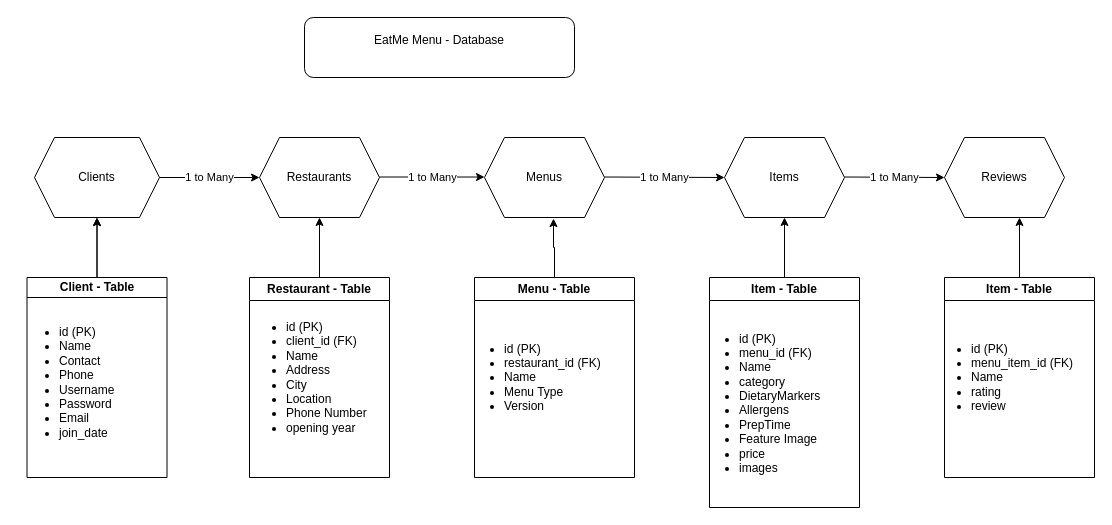
The draw.io diagram page "Database" (1 of 2) of MenuApp.drawio in hamidzact/Story, before the edit. Source tidied: cells renumbered, new cells numbered last; positions are measured from the earlier drawing's top-left corner, leaving out a move shared by most shapes. Both pictures are drawn from the tidied source at 100%, with x=0, y=0 at pixel (16, 17).
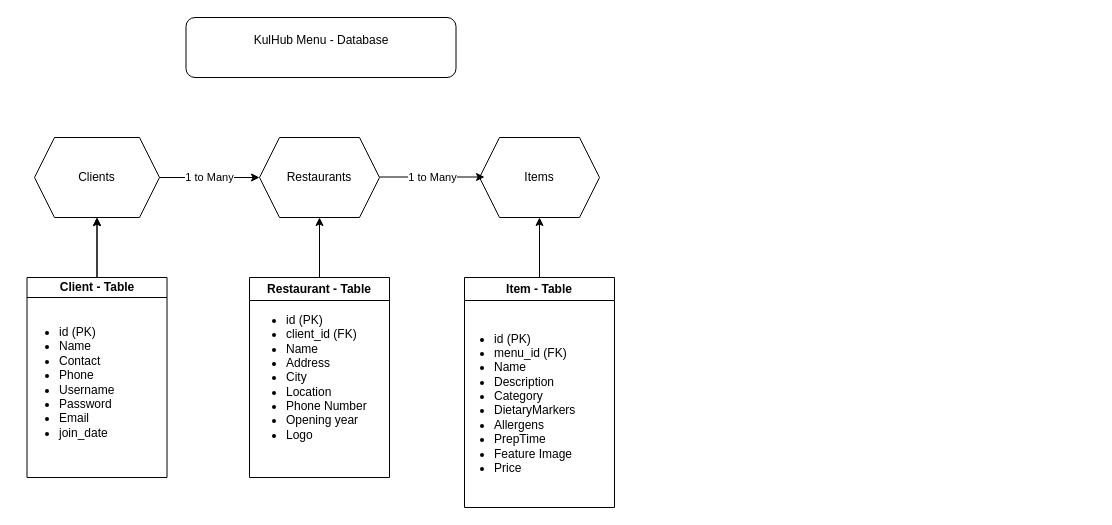
The same page after the edit.

Unchanged cells that the change refers to:
```xml
<mxCell id="14" value="Restaurant - Table" style="swimlane;whiteSpace=wrap;html=1;" parent="1" vertex="1">
  <mxGeometry x="233" y="260" width="140" height="200" as="geometry" />
</mxCell>
```

Diff of the diagram source:
```diff
@@
-    <mxCell id="2" value="EatMe Menu -&amp;nbsp;&lt;span style=&quot;background-color: initial;&quot;&gt;Database&lt;/span&gt;&lt;div&gt;&lt;div&gt;&lt;br&gt;&lt;/div&gt;&lt;/div&gt;" style="rounded=1;whiteSpace=wrap;html=1;" parent="1" vertex="1">
-      <mxGeometry x="288" width="270" height="60" as="geometry" />
+    <mxCell id="2" value="KulHub Menu -&amp;nbsp;&lt;span style=&quot;background-color: initial;&quot;&gt;Database&lt;/span&gt;&lt;div&gt;&lt;div&gt;&lt;br&gt;&lt;/div&gt;&lt;/div&gt;" style="rounded=1;whiteSpace=wrap;html=1;" parent="1" vertex="1">
+      <mxGeometry x="169.5" width="270" height="60" as="geometry" />
     </mxCell>
@@
-    <mxCell id="5" value="Menus" style="shape=hexagon;perimeter=hexagonPerimeter2;whiteSpace=wrap;html=1;fixedSize=1;" parent="1" vertex="1">
-      <mxGeometry x="468" y="120" width="120" height="80" as="geometry" />
-    </mxCell>
     <mxCell id="6" value="Items" style="shape=hexagon;perimeter=hexagonPerimeter2;whiteSpace=wrap;html=1;fixedSize=1;" parent="1" vertex="1">
-      <mxGeometry x="708" y="120" width="120" height="80" as="geometry" />
+      <mxGeometry x="463" y="120" width="120" height="80" as="geometry" />
     </mxCell>
@@
-    <mxCell id="8" value="1 to Many" style="endArrow=classic;html=1;rounded=0;exitX=1;exitY=0.5;exitDx=0;exitDy=0;entryX=0;entryY=0.494;entryDx=0;entryDy=0;entryPerimeter=0;" parent="1" edge="1" target="5">
+    <mxCell id="8" value="1 to Many" style="endArrow=classic;html=1;rounded=0;exitX=1;exitY=0.5;exitDx=0;exitDy=0;entryX=0;entryY=0.494;entryDx=0;entryDy=0;entryPerimeter=0;" parent="1" edge="1">
       <mxGeometry relative="1" as="geometry">
         <mxPoint x="363" y="159.5" as="sourcePoint" />
+        <mxPoint x="468" y="159.5" as="targetPoint" />
       </mxGeometry>
     </mxCell>
-    <mxCell id="9" value="1 to Many" style="endArrow=classic;html=1;rounded=0;exitX=1;exitY=0.5;exitDx=0;exitDy=0;entryX=0;entryY=0.5;entryDx=0;entryDy=0;" parent="1" edge="1" target="6">
-      <mxGeometry relative="1" as="geometry">
-        <mxPoint x="588" y="159.5" as="sourcePoint" />
-      </mxGeometry>
-    </mxCell>
@@
-    <mxCell id="15" value="&lt;ul&gt;&lt;li&gt;id (PK)&lt;/li&gt;&lt;li&gt;&lt;span style=&quot;background-color: initial;&quot;&gt;client_id (FK)&lt;/span&gt;&lt;br&gt;&lt;/li&gt;&lt;li&gt;&lt;span style=&quot;background-color: initial;&quot;&gt;Name&lt;/span&gt;&lt;/li&gt;&lt;li&gt;&lt;span style=&quot;background-color: initial;&quot;&gt;Address&lt;/span&gt;&lt;/li&gt;&lt;li&gt;City&lt;/li&gt;&lt;li&gt;Location&lt;/li&gt;&lt;li&gt;Phone Number&lt;/li&gt;&lt;li&gt;opening year&lt;/li&gt;&lt;/ul&gt;" style="text;strokeColor=none;fillColor=none;html=1;whiteSpace=wrap;verticalAlign=middle;overflow=hidden;" parent="14" vertex="1">
+    <mxCell id="15" value="&lt;ul&gt;&lt;li&gt;id (PK)&lt;/li&gt;&lt;li&gt;&lt;span style=&quot;background-color: initial;&quot;&gt;client_id (FK)&lt;/span&gt;&lt;br&gt;&lt;/li&gt;&lt;li&gt;&lt;span style=&quot;background-color: initial;&quot;&gt;Name&lt;/span&gt;&lt;/li&gt;&lt;li&gt;&lt;span style=&quot;background-color: initial;&quot;&gt;Address&lt;/span&gt;&lt;/li&gt;&lt;li&gt;City&lt;/li&gt;&lt;li&gt;Location&lt;/li&gt;&lt;li&gt;Phone Number&lt;/li&gt;&lt;li&gt;Opening year&lt;/li&gt;&lt;li&gt;Logo&lt;/li&gt;&lt;/ul&gt;" style="text;strokeColor=none;fillColor=none;html=1;whiteSpace=wrap;verticalAlign=middle;overflow=hidden;" parent="14" vertex="1">
       <mxGeometry x="-5" y="15" width="135" height="170" as="geometry" />
     </mxCell>
-    <mxCell id="16" value="Menu - Table" style="swimlane;whiteSpace=wrap;html=1;startSize=23;" parent="1" vertex="1">
-      <mxGeometry x="458" y="260" width="160" height="200" as="geometry" />
-    </mxCell>
-    <mxCell id="17" value="&lt;ul&gt;&lt;li&gt;id (PK)&lt;/li&gt;&lt;li&gt;&lt;span style=&quot;background-color: initial;&quot;&gt;restaurant_id (FK)&lt;/span&gt;&lt;br&gt;&lt;/li&gt;&lt;li&gt;&lt;span style=&quot;background-color: initial;&quot;&gt;Name&lt;/span&gt;&lt;/li&gt;&lt;li&gt;Menu Type&lt;/li&gt;&lt;li&gt;Version&lt;/li&gt;&lt;/ul&gt;" style="text;strokeColor=none;fillColor=none;html=1;whiteSpace=wrap;verticalAlign=middle;overflow=hidden;" parent="16" vertex="1">
-      <mxGeometry x="-12.5" y="15" width="165" height="170" as="geometry" />
-    </mxCell>
@@
     <mxCell id="19" value="Item&lt;span style=&quot;background-color: initial;&quot;&gt;&amp;nbsp;- Table&lt;/span&gt;" style="swimlane;whiteSpace=wrap;html=1;startSize=23;" parent="1" vertex="1">
-      <mxGeometry x="693" y="260" width="150" height="230" as="geometry" />
+      <mxGeometry x="448" y="260" width="150" height="230" as="geometry" />
     </mxCell>
-    <mxCell id="20" value="&lt;ul&gt;&lt;li&gt;id (PK)&lt;/li&gt;&lt;li&gt;&lt;span style=&quot;background-color: initial;&quot;&gt;menu_id (FK)&lt;/span&gt;&lt;br&gt;&lt;/li&gt;&lt;li&gt;&lt;span style=&quot;background-color: initial;&quot;&gt;Name&lt;/span&gt;&lt;/li&gt;&lt;li&gt;category&lt;/li&gt;&lt;li&gt;DietaryMarkers&lt;/li&gt;&lt;li&gt;Allergens&lt;/li&gt;&lt;li&gt;PrepTime&lt;/li&gt;&lt;li&gt;Feature Image&lt;/li&gt;&lt;li&gt;price&lt;/li&gt;&lt;li&gt;images&lt;/li&gt;&lt;/ul&gt;" style="text;strokeColor=none;fillColor=none;html=1;whiteSpace=wrap;verticalAlign=middle;overflow=hidden;" parent="19" vertex="1">
+    <mxCell id="20" value="&lt;ul&gt;&lt;li&gt;id (PK)&lt;/li&gt;&lt;li&gt;&lt;span style=&quot;background-color: initial;&quot;&gt;menu_id (FK)&lt;/span&gt;&lt;br&gt;&lt;/li&gt;&lt;li&gt;&lt;span style=&quot;background-color: initial;&quot;&gt;Name&lt;/span&gt;&lt;/li&gt;&lt;li&gt;&lt;span style=&quot;background-color: initial;&quot;&gt;Description&lt;/span&gt;&lt;/li&gt;&lt;li&gt;Category&lt;/li&gt;&lt;li&gt;DietaryMarkers&lt;/li&gt;&lt;li&gt;Allergens&lt;/li&gt;&lt;li&gt;PrepTime&lt;/li&gt;&lt;li&gt;Feature Image&lt;/li&gt;&lt;li&gt;Price&lt;/li&gt;&lt;/ul&gt;" style="text;strokeColor=none;fillColor=none;html=1;whiteSpace=wrap;verticalAlign=middle;overflow=hidden;" parent="19" vertex="1">
       <mxGeometry x="-12.5" y="40" width="165" height="170" as="geometry" />
     </mxCell>
-    <mxCell id="21" value="Reviews" style="shape=hexagon;perimeter=hexagonPerimeter2;whiteSpace=wrap;html=1;fixedSize=1;" parent="1" vertex="1">
-      <mxGeometry x="928" y="120" width="120" height="80" as="geometry" />
-    </mxCell>
-    <mxCell id="22" style="edgeStyle=orthogonalEdgeStyle;rounded=0;jettySize=auto;html=1;entryX=0.625;entryY=1;entryDx=0;entryDy=0;" parent="1" edge="1" source="23" target="21">
-      <mxGeometry relative="1" as="geometry" />
-    </mxCell>
-    <mxCell id="23" value="Item&lt;span style=&quot;background-color: initial;&quot;&gt;&amp;nbsp;- Table&lt;/span&gt;" style="swimlane;whiteSpace=wrap;html=1;startSize=23;" parent="1" vertex="1">
-      <mxGeometry x="928" y="260" width="150" height="200" as="geometry" />
-    </mxCell>
-    <mxCell id="24" value="&lt;ul&gt;&lt;li&gt;id (PK)&lt;/li&gt;&lt;li&gt;&lt;span style=&quot;background-color: initial;&quot;&gt;menu_item_id (FK)&lt;/span&gt;&lt;br&gt;&lt;/li&gt;&lt;li&gt;&lt;span style=&quot;background-color: initial;&quot;&gt;Name&lt;/span&gt;&lt;/li&gt;&lt;li&gt;&lt;span style=&quot;background-color: initial;&quot;&gt;rating&lt;/span&gt;&lt;br&gt;&lt;/li&gt;&lt;li&gt;review&lt;/li&gt;&lt;/ul&gt;" style="text;strokeColor=none;fillColor=none;html=1;whiteSpace=wrap;verticalAlign=middle;overflow=hidden;" parent="23" vertex="1">
-      <mxGeometry x="-15" y="15" width="165" height="170" as="geometry" />
-    </mxCell>
-    <mxCell id="25" value="1 to Many" style="endArrow=classic;html=1;rounded=0;exitX=1;exitY=0.5;exitDx=0;exitDy=0;entryX=0;entryY=0.5;entryDx=0;entryDy=0;" parent="1" edge="1" target="21">
-      <mxGeometry relative="1" as="geometry">
-        <mxPoint x="828" y="159.5" as="sourcePoint" />
-      </mxGeometry>
-    </mxCell>
@@
-    <mxCell id="27" style="edgeStyle=orthogonalEdgeStyle;rounded=0;jettySize=auto;html=1;entryX=0.575;entryY=1.013;entryDx=0;entryDy=0;entryPerimeter=0;" parent="1" edge="1" source="16" target="5">
-      <mxGeometry relative="1" as="geometry" />
-    </mxCell>
```
